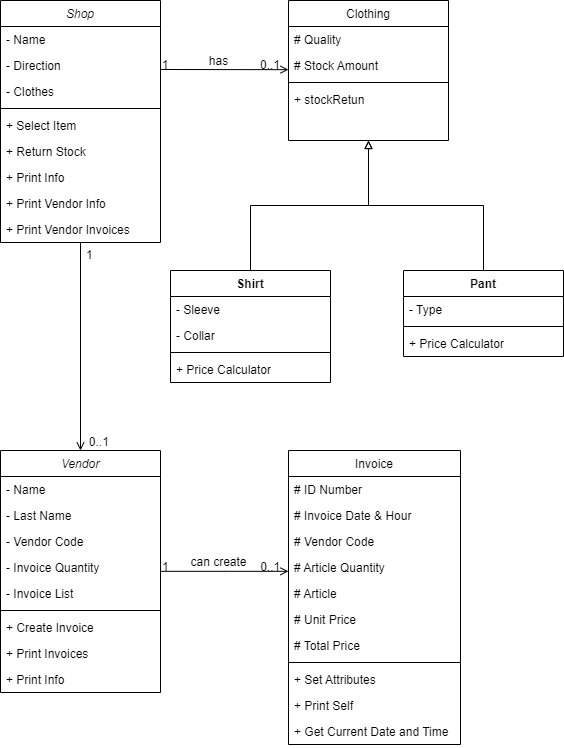
The draw.io diagram UML Diagram.png in Koda-Kode/ClothesShopQuark, before a commit. Source tidied: cells renumbered, new cells last; positions are measured from the earlier drawing's top-left corner, leaving out a move shared by most shapes.
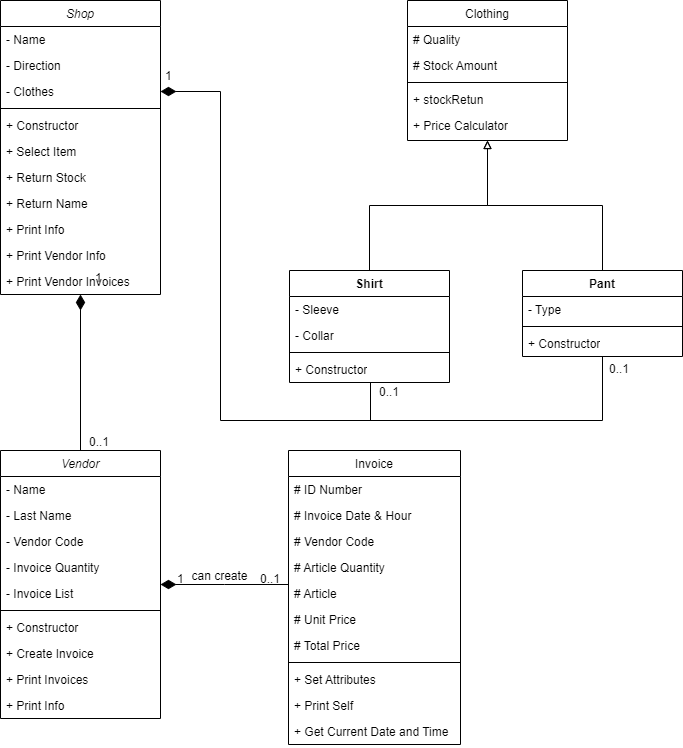
The same file after the commit.

What changed in the source:
```diff
@@ -3,7 +3,7 @@
     <mxCell id="0" />
     <mxCell id="1" parent="0" />
     <mxCell id="2" value="Vendor" style="swimlane;fontStyle=2;align=center;verticalAlign=top;horizontal=1;startSize=26;rounded=0;shadow=0;strokeWidth=1;" parent="1" vertex="1">
-      <mxGeometry y="450" width="160" height="242" as="geometry" />
+      <mxGeometry y="450" width="160" height="268" as="geometry" />
     </mxCell>
     <mxCell id="3" value="- Name" style="text;align=left;verticalAlign=top;spacingLeft=4;spacingRight=4;overflow=hidden;" parent="2" vertex="1">
       <mxGeometry y="26" width="160" height="26" as="geometry" />
@@ -23,14 +23,17 @@
     <mxCell id="8" style="line;html=1;strokeWidth=1;align=left;verticalAlign=middle;spacingTop=-1;spacingLeft=3;spacingRight=3;labelPosition=right;" parent="2" vertex="1">
       <mxGeometry y="156" width="160" height="8" as="geometry" />
     </mxCell>
+    <mxCell id="61" value="+ Constructor" style="text;align=left;verticalAlign=top;spacingLeft=4;spacingRight=4;overflow=hidden;" parent="2" vertex="1">
+      <mxGeometry y="164" width="160" height="26" as="geometry" />
+    </mxCell>
     <mxCell id="9" value="+ Create Invoice" style="text;align=left;verticalAlign=top;spacingLeft=4;spacingRight=4;overflow=hidden;" parent="2" vertex="1">
-      <mxGeometry y="164" width="160" height="26" as="geometry" />
+      <mxGeometry y="190" width="160" height="26" as="geometry" />
     </mxCell>
     <mxCell id="10" value="+ Print Invoices" style="text;align=left;verticalAlign=top;spacingLeft=4;spacingRight=4;overflow=hidden;" parent="2" vertex="1">
-      <mxGeometry y="190" width="160" height="26" as="geometry" />
+      <mxGeometry y="216" width="160" height="26" as="geometry" />
     </mxCell>
     <mxCell id="11" value="+ Print Info" style="text;align=left;verticalAlign=top;spacingLeft=4;spacingRight=4;overflow=hidden;" parent="2" vertex="1">
-      <mxGeometry y="216" width="160" height="26" as="geometry" />
+      <mxGeometry y="242" width="160" height="26" as="geometry" />
     </mxCell>
     <mxCell id="12" value="Invoice" style="swimlane;fontStyle=0;align=center;verticalAlign=top;horizontal=1;startSize=26;rounded=0;shadow=0;strokeWidth=1;" parent="1" vertex="1">
       <mxGeometry x="288" y="450" width="172" height="294" as="geometry" />
@@ -68,19 +71,19 @@
     <mxCell id="23" value="+ Get Current Date and Time" style="text;align=left;verticalAlign=top;spacingLeft=4;spacingRight=4;overflow=hidden;" parent="12" vertex="1">
       <mxGeometry y="268" width="172" height="26" as="geometry" />
     </mxCell>
-    <mxCell id="24" style="endArrow=open;shadow=0;strokeWidth=1;rounded=0;endFill=1;edgeStyle=elbowEdgeStyle;elbow=vertical;" parent="1" edge="1" source="2" target="12">
+    <mxCell id="24" style="endArrow=none;shadow=0;strokeWidth=1;rounded=0;endFill=0;edgeStyle=elbowEdgeStyle;elbow=vertical;startArrow=diamondThin;startFill=1;startSize=13;" parent="1" edge="1" source="2" target="12">
       <mxGeometry x="0.5" y="41" relative="1" as="geometry">
         <mxPoint x="-40" y="32" as="offset" />
       </mxGeometry>
     </mxCell>
     <mxCell id="25" value="1" style="align=left;verticalAlign=bottom;labelBackgroundColor=none;fontSize=12;" parent="24" vertex="1">
       <mxGeometry x="-1" relative="1" as="geometry">
-        <mxPoint y="4" as="offset" />
+        <mxPoint x="15" y="3" as="offset" />
       </mxGeometry>
     </mxCell>
     <mxCell id="26" value="0..1" style="align=right;verticalAlign=bottom;labelBackgroundColor=none;fontSize=12;" parent="24" vertex="1">
       <mxGeometry x="1" relative="1" as="geometry">
-        <mxPoint x="-7" y="4" as="offset" />
+        <mxPoint x="-7" y="3" as="offset" />
       </mxGeometry>
     </mxCell>
     <mxCell id="27" value="can create" style="text;html=1;align=center;verticalAlign=middle;labelBackgroundColor=none;rounded=0;shadow=0;strokeWidth=1;fontSize=12;" parent="24" vertex="1">
@@ -88,11 +91,11 @@
         <mxPoint x="-38" y="40" as="offset" />
       </mxGeometry>
     </mxCell>
-    <mxCell id="28" style="edgeStyle=orthogonalEdgeStyle;rounded=0;jettySize=auto;html=1;entryX=0.5;entryY=0;entryDx=0;entryDy=0;endArrow=open;endFill=0;" parent="1" edge="1" source="29" target="2">
+    <mxCell id="28" style="edgeStyle=orthogonalEdgeStyle;rounded=0;jettySize=auto;html=1;entryX=0.5;entryY=0;entryDx=0;entryDy=0;endArrow=none;endFill=0;startArrow=diamondThin;startFill=1;sourcePerimeterSpacing=0;startSize=13;" parent="1" edge="1" source="29" target="2">
       <mxGeometry relative="1" as="geometry" />
     </mxCell>
     <mxCell id="29" value="Shop" style="swimlane;fontStyle=2;align=center;verticalAlign=top;horizontal=1;startSize=26;rounded=0;shadow=0;strokeWidth=1;" parent="1" vertex="1">
-      <mxGeometry width="160" height="242" as="geometry" />
+      <mxGeometry width="160" height="294" as="geometry" />
     </mxCell>
     <mxCell id="30" value="- Name" style="text;align=left;verticalAlign=top;spacingLeft=4;spacingRight=4;overflow=hidden;" parent="29" vertex="1">
       <mxGeometry y="26" width="160" height="26" as="geometry" />
@@ -106,23 +109,29 @@
     <mxCell id="33" style="line;html=1;strokeWidth=1;align=left;verticalAlign=middle;spacingTop=-1;spacingLeft=3;spacingRight=3;labelPosition=right;" parent="29" vertex="1">
       <mxGeometry y="104" width="160" height="8" as="geometry" />
     </mxCell>
+    <mxCell id="62" value="+ Constructor" style="text;align=left;verticalAlign=top;spacingLeft=4;spacingRight=4;overflow=hidden;" parent="29" vertex="1">
+      <mxGeometry y="112" width="160" height="26" as="geometry" />
+    </mxCell>
     <mxCell id="34" value="+ Select Item" style="text;align=left;verticalAlign=top;spacingLeft=4;spacingRight=4;overflow=hidden;" parent="29" vertex="1">
-      <mxGeometry y="112" width="160" height="26" as="geometry" />
+      <mxGeometry y="138" width="160" height="26" as="geometry" />
     </mxCell>
     <mxCell id="35" value="+ Return Stock" style="text;align=left;verticalAlign=top;spacingLeft=4;spacingRight=4;overflow=hidden;" parent="29" vertex="1">
-      <mxGeometry y="138" width="160" height="26" as="geometry" />
+      <mxGeometry y="164" width="160" height="26" as="geometry" />
     </mxCell>
+    <mxCell id="63" value="+ Return Name" style="text;align=left;verticalAlign=top;spacingLeft=4;spacingRight=4;overflow=hidden;" parent="29" vertex="1">
+      <mxGeometry y="190" width="160" height="26" as="geometry" />
+    </mxCell>
     <mxCell id="36" value="+ Print Info" style="text;align=left;verticalAlign=top;spacingLeft=4;spacingRight=4;overflow=hidden;" parent="29" vertex="1">
-      <mxGeometry y="164" width="160" height="26" as="geometry" />
+      <mxGeometry y="216" width="160" height="26" as="geometry" />
     </mxCell>
     <mxCell id="37" value="+ Print Vendor Info" style="text;align=left;verticalAlign=top;spacingLeft=4;spacingRight=4;overflow=hidden;" parent="29" vertex="1">
-      <mxGeometry y="190" width="160" height="26" as="geometry" />
+      <mxGeometry y="242" width="160" height="26" as="geometry" />
     </mxCell>
     <mxCell id="38" value="+ Print Vendor Invoices" style="text;align=left;verticalAlign=top;spacingLeft=4;spacingRight=4;overflow=hidden;" parent="29" vertex="1">
-      <mxGeometry y="216" width="160" height="26" as="geometry" />
+      <mxGeometry y="268" width="160" height="26" as="geometry" />
     </mxCell>
     <mxCell id="39" value="Clothing" style="swimlane;fontStyle=0;align=center;verticalAlign=top;horizontal=1;startSize=26;rounded=0;shadow=0;strokeWidth=1;" parent="1" vertex="1">
-      <mxGeometry x="288" width="160" height="140" as="geometry" />
+      <mxGeometry x="407" width="160" height="140" as="geometry" />
     </mxCell>
     <mxCell id="40" value="# Quality" style="text;align=left;verticalAlign=top;spacingLeft=4;spacingRight=4;overflow=hidden;" parent="39" vertex="1">
       <mxGeometry y="26" width="160" height="26" as="geometry" />
@@ -136,32 +145,22 @@
     <mxCell id="43" value="+ stockRetun" style="text;align=left;verticalAlign=top;spacingLeft=4;spacingRight=4;overflow=hidden;" parent="39" vertex="1">
       <mxGeometry y="86" width="160" height="26" as="geometry" />
     </mxCell>
-    <mxCell id="44" style="endArrow=open;shadow=0;strokeWidth=1;rounded=0;endFill=1;edgeStyle=elbowEdgeStyle;elbow=vertical;" parent="1" edge="1" target="39">
-      <mxGeometry x="0.5" y="41" relative="1" as="geometry">
-        <mxPoint x="160" y="69" as="sourcePoint" />
-        <mxPoint x="-40" y="32" as="offset" />
-      </mxGeometry>
-    </mxCell>
-    <mxCell id="45" value="1" style="align=left;verticalAlign=bottom;labelBackgroundColor=none;fontSize=12;" parent="44" vertex="1">
-      <mxGeometry x="-1" relative="1" as="geometry">
-        <mxPoint y="4" as="offset" />
-      </mxGeometry>
-    </mxCell>
-    <mxCell id="46" value="0..1" style="align=right;verticalAlign=bottom;labelBackgroundColor=none;fontSize=12;" parent="44" vertex="1">
-      <mxGeometry x="1" relative="1" as="geometry">
-        <mxPoint x="-7" y="4" as="offset" />
-      </mxGeometry>
-    </mxCell>
-    <mxCell id="47" value="has" style="text;html=1;align=center;verticalAlign=middle;labelBackgroundColor=none;rounded=0;shadow=0;strokeWidth=1;fontSize=12;" parent="44" vertex="1">
-      <mxGeometry x="0.5" y="49" relative="1" as="geometry">
-        <mxPoint x="-38" y="40" as="offset" />
-      </mxGeometry>
-    </mxCell>
+    <mxCell id="64" value="+ Price Calculator" style="text;strokeColor=none;fillColor=none;align=left;verticalAlign=top;spacingLeft=4;spacingRight=4;overflow=hidden;whiteSpace=wrap;html=1;" parent="39" vertex="1">
+      <mxGeometry y="112" width="160" height="26" as="geometry" />
+    </mxCell>
     <mxCell id="48" style="edgeStyle=orthogonalEdgeStyle;rounded=0;jettySize=auto;html=1;entryX=0.5;entryY=1;entryDx=0;entryDy=0;endArrow=block;endFill=0;" parent="1" edge="1" source="49" target="39">
       <mxGeometry relative="1" as="geometry" />
     </mxCell>
+    <mxCell id="65" style="edgeStyle=orthogonalEdgeStyle;rounded=0;jettySize=auto;html=1;endArrow=none;endFill=0;" parent="1" edge="1" source="49">
+      <mxGeometry relative="1" as="geometry">
+        <mxPoint x="340" y="420" as="targetPoint" />
+        <Array as="points">
+          <mxPoint x="370" y="420" />
+        </Array>
+      </mxGeometry>
+    </mxCell>
     <mxCell id="49" value="Shirt" style="swimlane;fontStyle=1;align=center;verticalAlign=top;horizontal=1;startSize=26;whiteSpace=wrap;html=1;" parent="1" vertex="1">
-      <mxGeometry x="170" y="270" width="160" height="112" as="geometry" />
+      <mxGeometry x="289" y="270" width="160" height="112" as="geometry" />
     </mxCell>
     <mxCell id="50" value="- Sleeve" style="text;strokeColor=none;fillColor=none;align=left;verticalAlign=top;spacingLeft=4;spacingRight=4;overflow=hidden;whiteSpace=wrap;html=1;" parent="49" vertex="1">
       <mxGeometry y="26" width="160" height="26" as="geometry" />
@@ -172,14 +171,23 @@
     <mxCell id="52" style="line;strokeWidth=1;fillColor=none;align=left;verticalAlign=middle;spacingTop=-1;spacingLeft=3;spacingRight=3;labelPosition=right;strokeColor=inherit;" parent="49" vertex="1">
       <mxGeometry y="78" width="160" height="8" as="geometry" />
     </mxCell>
-    <mxCell id="53" value="+ Price Calculator" style="text;strokeColor=none;fillColor=none;align=left;verticalAlign=top;spacingLeft=4;spacingRight=4;overflow=hidden;whiteSpace=wrap;html=1;" parent="49" vertex="1">
+    <mxCell id="53" value="+ Constructor" style="text;strokeColor=none;fillColor=none;align=left;verticalAlign=top;spacingLeft=4;spacingRight=4;overflow=hidden;whiteSpace=wrap;html=1;" parent="49" vertex="1">
       <mxGeometry y="86" width="160" height="26" as="geometry" />
     </mxCell>
     <mxCell id="54" style="edgeStyle=orthogonalEdgeStyle;rounded=0;jettySize=auto;html=1;entryX=0.5;entryY=1;entryDx=0;entryDy=0;endArrow=block;endFill=0;" parent="1" edge="1" source="55" target="39">
       <mxGeometry relative="1" as="geometry" />
     </mxCell>
+    <mxCell id="66" style="edgeStyle=orthogonalEdgeStyle;rounded=0;jettySize=auto;html=1;entryX=1;entryY=0.5;entryDx=0;entryDy=0;endArrow=diamondThin;endFill=1;endSize=13;" parent="1" edge="1" source="55" target="32">
+      <mxGeometry relative="1" as="geometry">
+        <Array as="points">
+          <mxPoint x="602" y="420" />
+          <mxPoint x="220" y="420" />
+          <mxPoint x="220" y="91" />
+        </Array>
+      </mxGeometry>
+    </mxCell>
     <mxCell id="55" value="Pant" style="swimlane;fontStyle=1;align=center;verticalAlign=top;horizontal=1;startSize=26;whiteSpace=wrap;html=1;" parent="1" vertex="1">
-      <mxGeometry x="403" y="270" width="160" height="86" as="geometry" />
+      <mxGeometry x="522" y="270" width="160" height="86" as="geometry" />
     </mxCell>
     <mxCell id="56" value="- Type" style="text;strokeColor=none;fillColor=none;align=left;verticalAlign=top;spacingLeft=4;spacingRight=4;overflow=hidden;whiteSpace=wrap;html=1;" parent="55" vertex="1">
       <mxGeometry y="26" width="160" height="26" as="geometry" />
@@ -187,16 +195,27 @@
     <mxCell id="57" style="line;strokeWidth=1;fillColor=none;align=left;verticalAlign=middle;spacingTop=-1;spacingLeft=3;spacingRight=3;labelPosition=right;strokeColor=inherit;" parent="55" vertex="1">
       <mxGeometry y="52" width="160" height="8" as="geometry" />
     </mxCell>
-    <mxCell id="58" value="+ Price Calculator" style="text;strokeColor=none;fillColor=none;align=left;verticalAlign=top;spacingLeft=4;spacingRight=4;overflow=hidden;whiteSpace=wrap;html=1;" parent="55" vertex="1">
+    <mxCell id="58" value="+ Constructor" style="text;strokeColor=none;fillColor=none;align=left;verticalAlign=top;spacingLeft=4;spacingRight=4;overflow=hidden;whiteSpace=wrap;html=1;" parent="55" vertex="1">
       <mxGeometry y="60" width="160" height="26" as="geometry" />
     </mxCell>
-    <mxCell id="59" value="1" style="align=left;verticalAlign=bottom;labelBackgroundColor=none;fontSize=12;" parent="1" vertex="1">
-      <mxGeometry x="170" y="190" as="geometry">
-        <mxPoint x="-86" y="73" as="offset" />
-      </mxGeometry>
-    </mxCell>
     <mxCell id="60" value="0..1" style="align=right;verticalAlign=bottom;labelBackgroundColor=none;fontSize=12;" parent="1" vertex="1">
       <mxGeometry x="110" y="450" as="geometry" />
     </mxCell>
+    <mxCell id="67" value="1" style="align=left;verticalAlign=bottom;labelBackgroundColor=none;fontSize=12;" parent="1" vertex="1">
+      <mxGeometry x="100" y="292" as="geometry">
+        <mxPoint x="-7" y="-6" as="offset" />
+      </mxGeometry>
+    </mxCell>
+    <mxCell id="68" value="1" style="align=left;verticalAlign=bottom;labelBackgroundColor=none;fontSize=12;" parent="1" vertex="1">
+      <mxGeometry x="170" y="90" as="geometry">
+        <mxPoint x="-7" y="-6" as="offset" />
+      </mxGeometry>
+    </mxCell>
+    <mxCell id="69" value="0..1" style="align=right;verticalAlign=bottom;labelBackgroundColor=none;fontSize=12;" parent="1" vertex="1">
+      <mxGeometry x="400" y="400" as="geometry" />
+    </mxCell>
+    <mxCell id="70" value="0..1" style="align=right;verticalAlign=bottom;labelBackgroundColor=none;fontSize=12;" parent="1" vertex="1">
+      <mxGeometry x="630" y="377" as="geometry" />
+    </mxCell>
   </root>
 </mxGraphModel>
```
